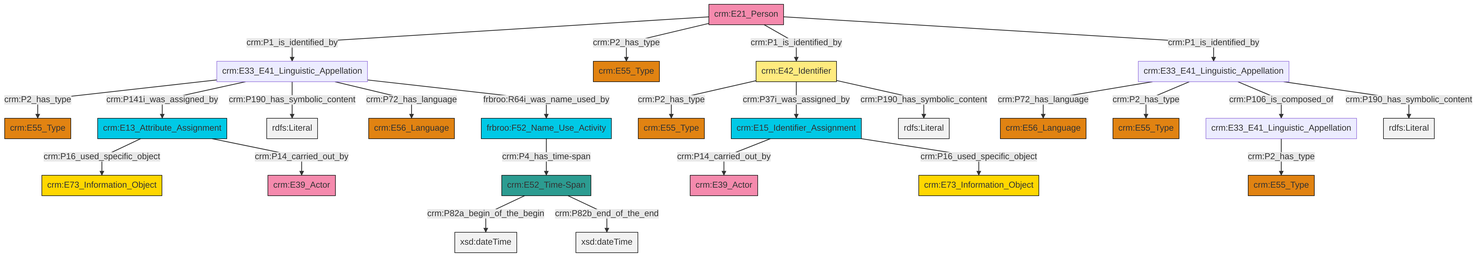
This is et/personCSV/ttl/mmd/png/Person_Names_and_Classification.png from swiss-art-research-net/reference-data-models, a Mermaid export, as it was before one commit. Its source is kept beside it as et/personCSV/ttl/mmd/Person_Names_and_Classification.ttl.mmd.
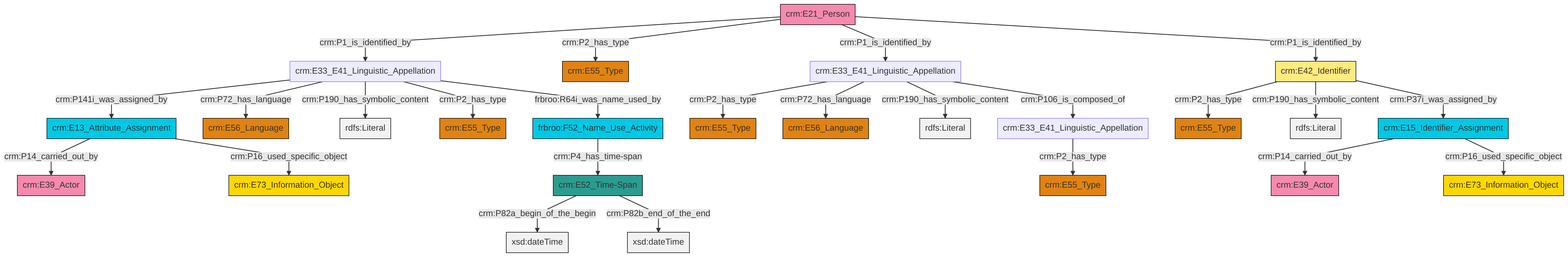
Later version of the same file.

What changed in the source:
```diff
@@ -13,27 +13,27 @@
 classDef PC_Classes fill:#4ce600, stroke:#000000;
 classDef Multi fill:#cccccc,stroke:#000000;
 
-0["crm:E33_E41_Linguistic_Appellation"]:::Default -->|crm:P2_has_type| 1["crm:E55_Type"]:::Type
-2["crm:E33_E41_Linguistic_Appellation"]:::Default -->|crm:P72_has_language| 3["crm:E56_Language"]:::Type
-7["crm:E42_Identifier"]:::Appellation -->|crm:P2_has_type| 8["crm:E55_Type"]:::Type
-0["crm:E33_E41_Linguistic_Appellation"]:::Default -->|crm:P141i_was_assigned_by| 11["crm:E13_Attribute_Assignment"]:::Temporal_Entity
-16["crm:E21_Person"]:::Actor -->|crm:P1_is_identified_by| 0["crm:E33_E41_Linguistic_Appellation"]:::Default
-16["crm:E21_Person"]:::Actor -->|crm:P2_has_type| 25["crm:E55_Type"]:::Type
-16["crm:E21_Person"]:::Actor -->|crm:P1_is_identified_by| 7["crm:E42_Identifier"]:::Appellation
-0["crm:E33_E41_Linguistic_Appellation"]:::Default -->|crm:P190_has_symbolic_content| 29[rdfs:Literal]:::Literal
-16["crm:E21_Person"]:::Actor -->|crm:P1_is_identified_by| 2["crm:E33_E41_Linguistic_Appellation"]:::Default
-9["crm:E33_E41_Linguistic_Appellation"]:::Default -->|crm:P2_has_type| 17["crm:E55_Type"]:::Type
-34["crm:E15_Identifier_Assignment"]:::Temporal_Entity -->|crm:P14_carried_out_by| 35["crm:E39_Actor"]:::Actor
-7["crm:E42_Identifier"]:::Appellation -->|crm:P37i_was_assigned_by| 34["crm:E15_Identifier_Assignment"]:::Temporal_Entity
-30["crm:E52_Time-Span"]:::Time-Span -->|crm:P82a_begin_of_the_begin| 36[xsd:dateTime]:::Literal
-2["crm:E33_E41_Linguistic_Appellation"]:::Default -->|crm:P2_has_type| 38["crm:E55_Type"]:::Type
-0["crm:E33_E41_Linguistic_Appellation"]:::Default -->|crm:P72_has_language| 12["crm:E56_Language"]:::Type
-2["crm:E33_E41_Linguistic_Appellation"]:::Default -->|crm:P106_is_composed_of| 9["crm:E33_E41_Linguistic_Appellation"]:::Default
-19["frbroo:F52_Name_Use_Activity"]:::Temporal_Entity -->|crm:P4_has_time-span| 30["crm:E52_Time-Span"]:::Time-Span
-0["crm:E33_E41_Linguistic_Appellation"]:::Default -->|frbroo:R64i_was_name_used_by| 19["frbroo:F52_Name_Use_Activity"]:::Temporal_Entity
-11["crm:E13_Attribute_Assignment"]:::Temporal_Entity -->|crm:P16_used_specific_object| 14["crm:E73_Information_Object"]:::Conceptual_Object
-34["crm:E15_Identifier_Assignment"]:::Temporal_Entity -->|crm:P16_used_specific_object| 27["crm:E73_Information_Object"]:::Conceptual_Object
-30["crm:E52_Time-Span"]:::Time-Span -->|crm:P82b_end_of_the_end| 44[xsd:dateTime]:::Literal
-7["crm:E42_Identifier"]:::Appellation -->|crm:P190_has_symbolic_content| 45[rdfs:Literal]:::Literal
-11["crm:E13_Attribute_Assignment"]:::Temporal_Entity -->|crm:P14_carried_out_by| 5["crm:E39_Actor"]:::Actor
-2["crm:E33_E41_Linguistic_Appellation"]:::Default -->|crm:P190_has_symbolic_content| 46[rdfs:Literal]:::Literal
+4["crm:E15_Identifier_Assignment"]:::Temporal_Entity -->|crm:P14_carried_out_by| 5["crm:E39_Actor"]:::Actor
+13["crm:E13_Attribute_Assignment"]:::Temporal_Entity -->|crm:P14_carried_out_by| 14["crm:E39_Actor"]:::Actor
+15["frbroo:F52_Name_Use_Activity"]:::Temporal_Entity -->|crm:P4_has_time-span| 16["crm:E52_Time-Span"]:::Time-Span
+17["crm:E33_E41_Linguistic_Appellation"]:::Default -->|crm:P141i_was_assigned_by| 13["crm:E13_Attribute_Assignment"]:::Temporal_Entity
+18["crm:E42_Identifier"]:::Appellation -->|crm:P2_has_type| 11["crm:E55_Type"]:::Type
+21["crm:E33_E41_Linguistic_Appellation"]:::Default -->|crm:P2_has_type| 0["crm:E55_Type"]:::Type
+21["crm:E33_E41_Linguistic_Appellation"]:::Default -->|crm:P72_has_language| 22["crm:E56_Language"]:::Type
+8["crm:E21_Person"]:::Actor -->|crm:P1_is_identified_by| 17["crm:E33_E41_Linguistic_Appellation"]:::Default
+8["crm:E21_Person"]:::Actor -->|crm:P2_has_type| 23["crm:E55_Type"]:::Type
+17["crm:E33_E41_Linguistic_Appellation"]:::Default -->|crm:P72_has_language| 29["crm:E56_Language"]:::Type
+4["crm:E15_Identifier_Assignment"]:::Temporal_Entity -->|crm:P16_used_specific_object| 19["crm:E73_Information_Object"]:::Conceptual_Object
+17["crm:E33_E41_Linguistic_Appellation"]:::Default -->|crm:P190_has_symbolic_content| 33[rdfs:Literal]:::Literal
+17["crm:E33_E41_Linguistic_Appellation"]:::Default -->|crm:P2_has_type| 34["crm:E55_Type"]:::Type
+2["crm:E33_E41_Linguistic_Appellation"]:::Default -->|crm:P2_has_type| 6["crm:E55_Type"]:::Type
+21["crm:E33_E41_Linguistic_Appellation"]:::Default -->|crm:P190_has_symbolic_content| 35[rdfs:Literal]:::Literal
+8["crm:E21_Person"]:::Actor -->|crm:P1_is_identified_by| 21["crm:E33_E41_Linguistic_Appellation"]:::Default
+16["crm:E52_Time-Span"]:::Time-Span -->|crm:P82a_begin_of_the_begin| 39[xsd:dateTime]:::Literal
+16["crm:E52_Time-Span"]:::Time-Span -->|crm:P82b_end_of_the_end| 40[xsd:dateTime]:::Literal
+18["crm:E42_Identifier"]:::Appellation -->|crm:P190_has_symbolic_content| 41[rdfs:Literal]:::Literal
+18["crm:E42_Identifier"]:::Appellation -->|crm:P37i_was_assigned_by| 4["crm:E15_Identifier_Assignment"]:::Temporal_Entity
+8["crm:E21_Person"]:::Actor -->|crm:P1_is_identified_by| 18["crm:E42_Identifier"]:::Appellation
+17["crm:E33_E41_Linguistic_Appellation"]:::Default -->|frbroo:R64i_was_name_used_by| 15["frbroo:F52_Name_Use_Activity"]:::Temporal_Entity
+13["crm:E13_Attribute_Assignment"]:::Temporal_Entity -->|crm:P16_used_specific_object| 37["crm:E73_Information_Object"]:::Conceptual_Object
+21["crm:E33_E41_Linguistic_Appellation"]:::Default -->|crm:P106_is_composed_of| 2["crm:E33_E41_Linguistic_Appellation"]:::Default
```
